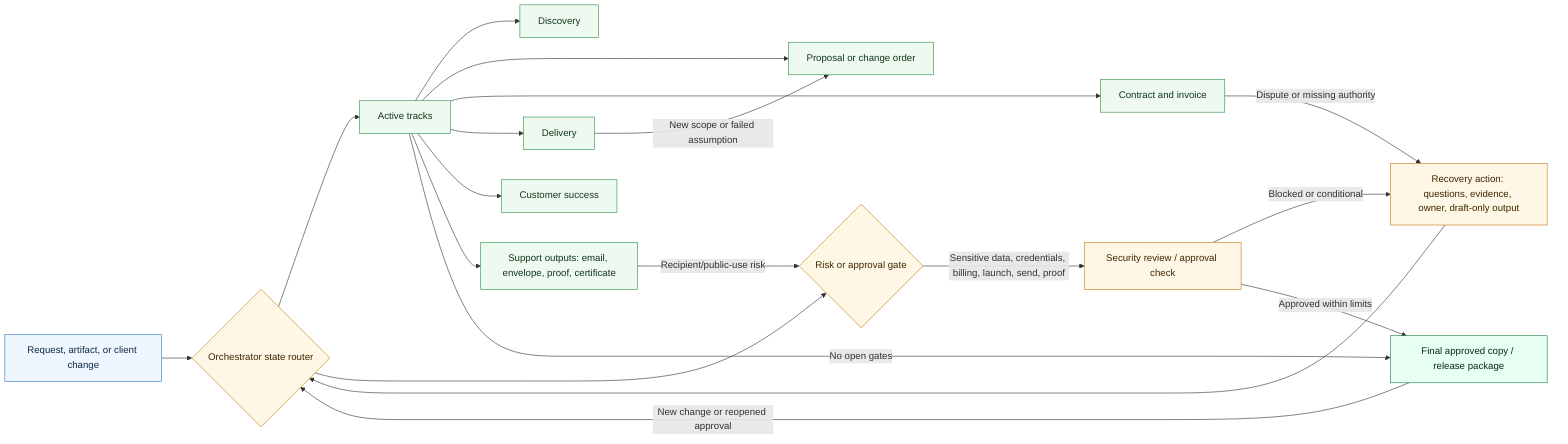
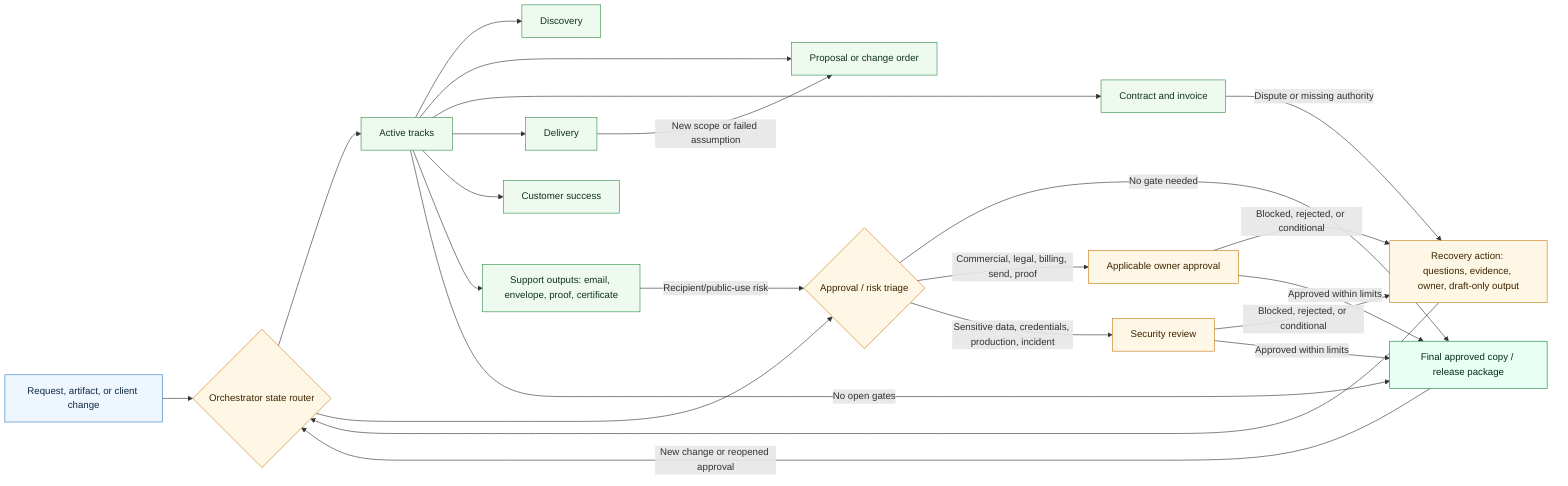
flowchart LR
  A[Request, artifact, or client change] --> B{Orchestrator state router}
  B --> C[Active tracks]
  C --> D[Discovery]
  C --> E[Proposal or change order]
  C --> F[Contract and invoice]
  C --> G[Delivery]
  C --> H[Customer success]
  C --> I[Support outputs: email, envelope, proof, certificate]
-   B --> J{Risk or approval gate}
-   J -->|Sensitive data, credentials, billing, launch, send, proof| K[Security review / approval check]
-   K -->|Blocked or conditional| L[Recovery action: questions, evidence, owner, draft-only output]
-   K -->|Approved within limits| M[Final approved copy / release package]
+   B --> J{Approval / risk triage}
+   J -->|No gate needed| M[Final approved copy / release package]
+   J -->|Commercial, legal, billing, send, proof| N[Applicable owner approval]
+   J -->|Sensitive data, credentials, production, incident| K[Security review]
+   N -->|Blocked, rejected, or conditional| L[Recovery action: questions, evidence, owner, draft-only output]
+   N -->|Approved within limits| M
+   K -->|Blocked, rejected, or conditional| L
+   K -->|Approved within limits| M
  C -->|No open gates| M
  G -->|New scope or failed assumption| E
  F -->|Dispute or missing authority| L
  I -->|Recipient/public-use risk| J
  L --> B
  M -->|New change or reopened approval| B
  classDef source fill:#eef6ff,stroke:#3778c2,color:#102a43;
  classDef gate fill:#fff7e6,stroke:#c97a12,color:#3d2600;
  classDef output fill:#eefaf0,stroke:#2f8f46,color:#12351d;
  classDef final fill:#e8fff4,stroke:#15803d,color:#052e16;
  class A source;
-   class B,J,K,L gate;
+   class B,J,K,L,N gate;
  class C,D,E,F,G,H,I output;
  class M final;
